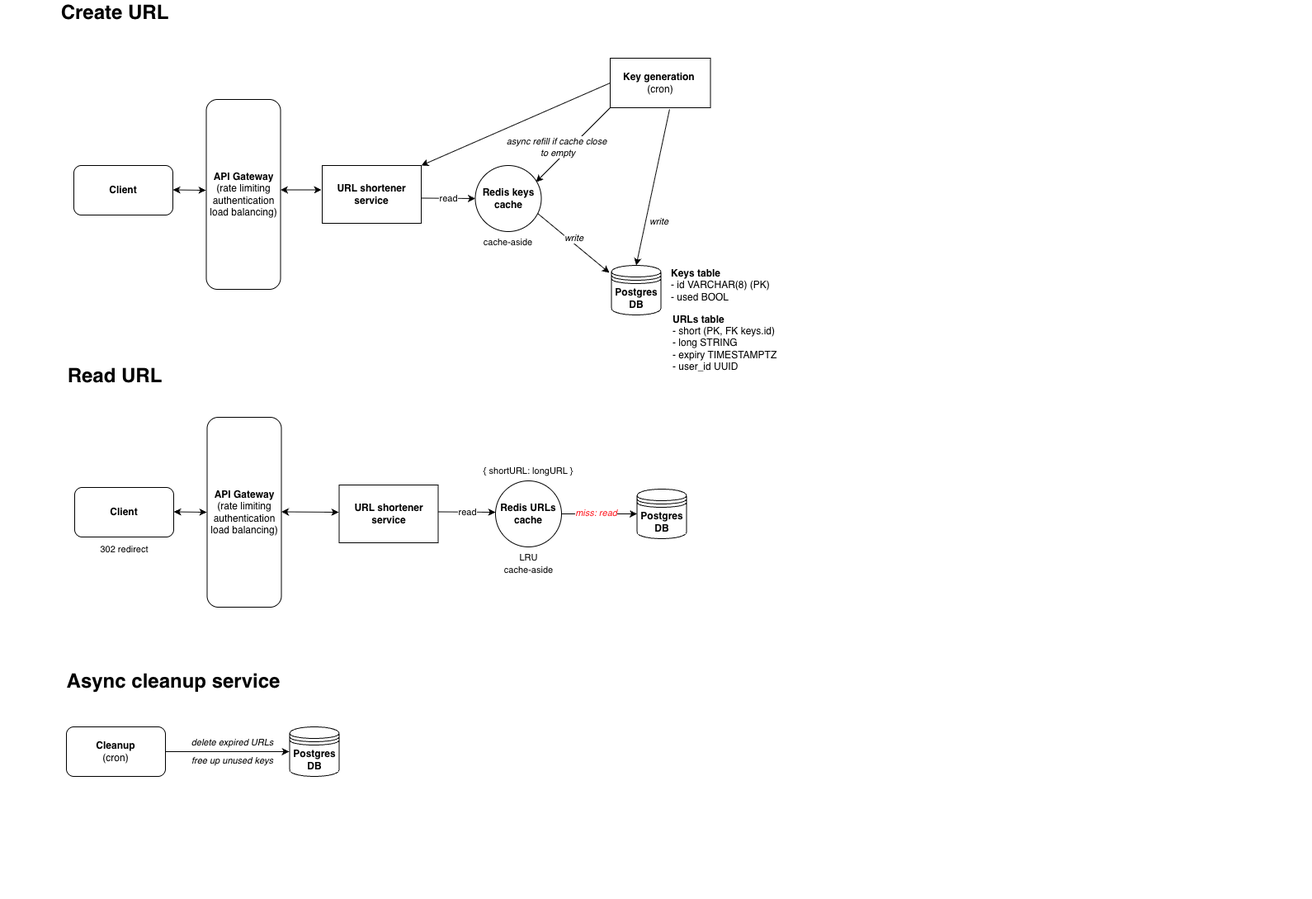
Above: apparchitecture.png in Marie20767/url-shortener (draw.io), before the change. Source tidied: cells renumbered, new cells last; positions are measured from the earlier drawing's top-left corner, leaving out a move shared by most shapes.
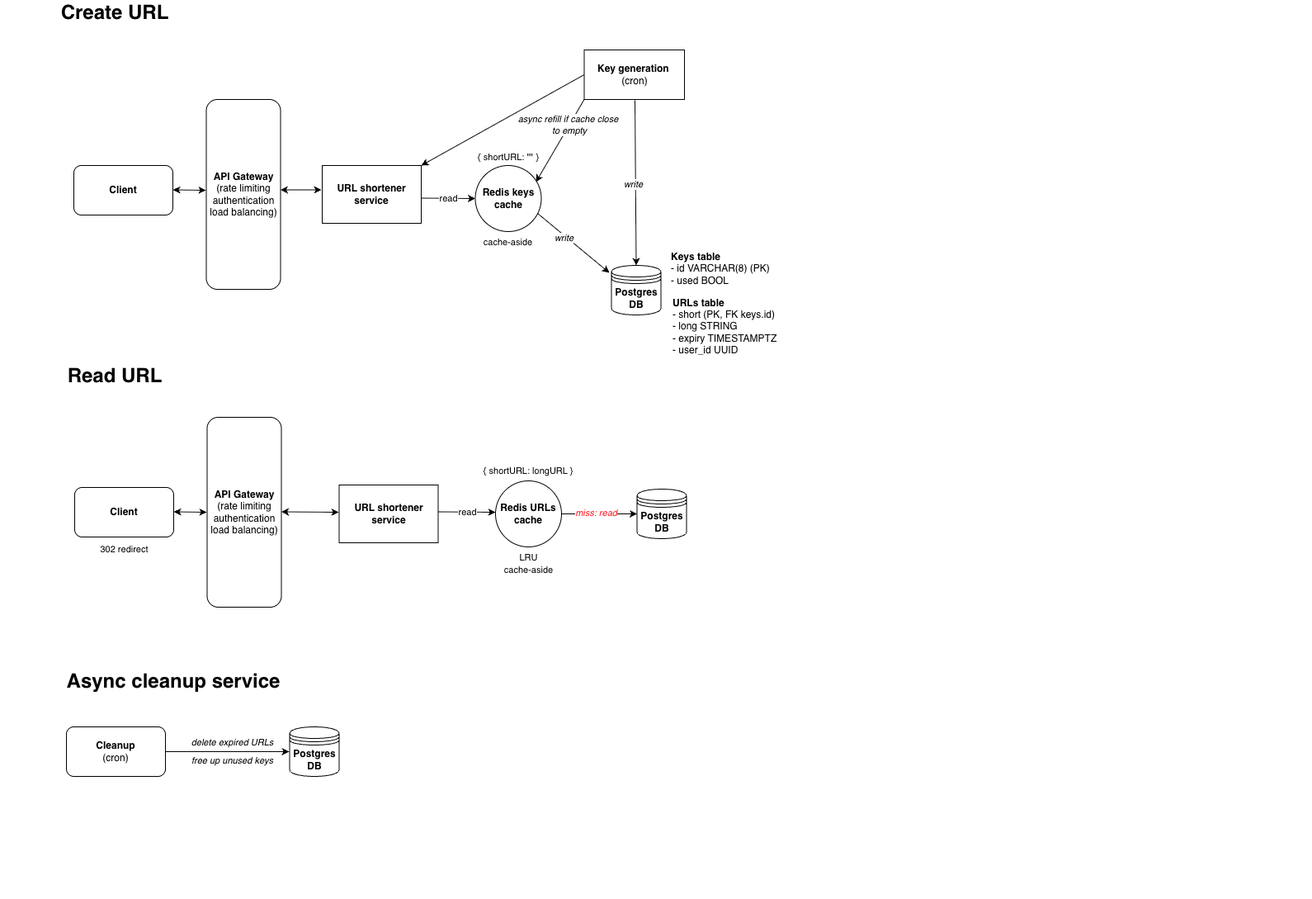
The same file after the commit.

Commit message:
Added key to value mapping on diagram and update value to empty string in key cache

Diff of the diagram source:
```diff
@@ -16,26 +16,24 @@
         <mxPoint x="-2" as="offset" />
       </mxGeometry>
     </mxCell>
-    <mxCell id="6" style="endArrow=classic;html=1;rounded=0;entryX=0.919;entryY=0.25;entryDx=0;entryDy=0;exitX=0;exitY=1;exitDx=0;exitDy=0;entryPerimeter=0;" parent="1" edge="1" target="31">
-      <mxGeometry relative="1" as="geometry">
-        <mxPoint x="740" y="130" as="sourcePoint" />
-      </mxGeometry>
+    <mxCell id="6" style="endArrow=classic;html=1;rounded=0;entryX=0.919;entryY=0.25;entryDx=0;entryDy=0;entryPerimeter=0;exitX=0;exitY=1;exitDx=0;exitDy=0;" parent="1" edge="1" source="8" target="31">
+      <mxGeometry relative="1" as="geometry" />
     </mxCell>
     <mxCell id="7" value="&lt;font style=&quot;color: rgb(0, 0, 0);&quot;&gt;&lt;i style=&quot;&quot;&gt;async refill if cache close&lt;br&gt;&amp;nbsp;to empty&lt;br&gt;&lt;/i&gt;&lt;/font&gt;" style="edgeLabel;html=1;align=center;verticalAlign=middle;fillColor=#000000;strokeColor=none;" parent="6" vertex="1">
       <mxGeometry relative="1" as="geometry">
-        <mxPoint x="-20" y="2" as="offset" />
+        <mxPoint x="9" y="-20" as="offset" />
       </mxGeometry>
     </mxCell>
     <mxCell id="8" value="&lt;b&gt;Key generation&amp;nbsp;&lt;/b&gt;&lt;br&gt;(cron)" style="rounded=0;whiteSpace=wrap;html=1;" parent="1" vertex="1">
-      <mxGeometry x="740" y="70" width="121.5" height="60" as="geometry" />
+      <mxGeometry x="708.5" y="60" width="121.5" height="60" as="geometry" />
     </mxCell>
-    <mxCell id="9" style="endArrow=classic;html=1;rounded=0;exitX=0.592;exitY=1.033;exitDx=0;exitDy=0;exitPerimeter=0;entryX=0.5;entryY=0;entryDx=0;entryDy=0;" parent="1" edge="1" target="4">
+    <mxCell id="9" style="endArrow=classic;html=1;rounded=0;entryX=0.5;entryY=0;entryDx=0;entryDy=0;" parent="1" edge="1" target="4">
       <mxGeometry relative="1" as="geometry">
-        <mxPoint x="811.9" y="132" as="sourcePoint" />
+        <mxPoint x="770" y="121" as="sourcePoint" />
       </mxGeometry>
     </mxCell>
     <mxCell id="10" value="&lt;i&gt;write&lt;/i&gt;" style="edgeLabel;html=1;align=center;verticalAlign=middle;" parent="1" vertex="1">
-      <mxGeometry x="811.5" y="265" as="geometry">
+      <mxGeometry x="780" y="220" as="geometry">
         <mxPoint x="-13" y="2" as="offset" />
       </mxGeometry>
     </mxCell>
@@ -43,7 +41,7 @@
       <mxGeometry relative="1" as="geometry" />
     </mxCell>
     <mxCell id="12" value="&lt;i&gt;write&lt;/i&gt;" style="edgeLabel;html=1;align=center;verticalAlign=middle;" parent="1" vertex="1">
-      <mxGeometry x="708.5" y="285" as="geometry">
+      <mxGeometry x="696.8" y="285" as="geometry">
         <mxPoint x="-13" y="2" as="offset" />
       </mxGeometry>
     </mxCell>
@@ -95,10 +93,8 @@
         <mxPoint x="454" y="1080" as="targetPoint" />
       </mxGeometry>
     </mxCell>
-    <mxCell id="26" value="&lt;div&gt;&lt;br&gt;&lt;/div&gt;&lt;div&gt;&lt;br&gt;&lt;/div&gt;" style="endArrow=classic;html=1;rounded=0;exitX=0;exitY=0.5;exitDx=0;exitDy=0;entryX=1;entryY=0;entryDx=0;entryDy=0;" parent="1" edge="1" target="18">
-      <mxGeometry relative="1" as="geometry">
-        <mxPoint x="740" y="100" as="sourcePoint" />
-      </mxGeometry>
+    <mxCell id="26" value="&lt;div&gt;&lt;br&gt;&lt;/div&gt;&lt;div&gt;&lt;br&gt;&lt;/div&gt;" style="endArrow=classic;html=1;rounded=0;exitX=0;exitY=0.5;exitDx=0;exitDy=0;entryX=1;entryY=0;entryDx=0;entryDy=0;" parent="1" edge="1" source="8" target="18">
+      <mxGeometry relative="1" as="geometry" />
     </mxCell>
     <mxCell id="27" value="&lt;b&gt;Client&lt;/b&gt;" style="rounded=1;whiteSpace=wrap;html=1;" parent="1" vertex="1">
       <mxGeometry x="90" y="200" width="120" height="60" as="geometry" />
@@ -130,10 +126,10 @@
       <mxGeometry relative="1" as="geometry" />
     </mxCell>
     <mxCell id="34" value="&lt;b&gt;URLs table&lt;br&gt;&lt;/b&gt;&lt;div&gt;- short (PK, FK keys.id)&lt;/div&gt;&lt;div&gt;- long STRING&lt;/div&gt;&lt;div&gt;- expiry TIMESTAMPTZ&lt;/div&gt;&lt;div&gt;- user_id UUID&lt;/div&gt;" style="text;html=1;whiteSpace=wrap;strokeColor=none;fillColor=none;align=left;verticalAlign=middle;rounded=0;" parent="1" vertex="1">
-      <mxGeometry x="814" y="390" width="230" height="50" as="geometry" />
+      <mxGeometry x="814" y="370" width="230" height="50" as="geometry" />
     </mxCell>
     <mxCell id="35" value="&lt;b&gt;Keys table&lt;br&gt;&lt;/b&gt;&lt;div&gt;- id VARCHAR(8) (PK)&lt;/div&gt;&lt;div&gt;- used BOOL&lt;/div&gt;" style="text;html=1;whiteSpace=wrap;strokeColor=none;fillColor=none;align=left;verticalAlign=middle;rounded=0;" parent="1" vertex="1">
-      <mxGeometry x="811.5" y="320" width="230" height="50" as="geometry" />
+      <mxGeometry x="811.5" y="300" width="230" height="50" as="geometry" />
     </mxCell>
     <mxCell id="36" value="&lt;b&gt;Client&lt;/b&gt;" style="rounded=1;whiteSpace=wrap;html=1;" parent="1" vertex="1">
       <mxGeometry x="91" y="590" width="120" height="60" as="geometry" />
@@ -177,5 +173,8 @@
     <mxCell id="46" value="&lt;br style=&quot;font-size: 11px;&quot;&gt;&lt;span style=&quot;font-size: 11px;&quot;&gt;cache-aside&lt;/span&gt;" style="text;html=1;whiteSpace=wrap;strokeColor=none;fillColor=none;align=center;verticalAlign=middle;rounded=0;" parent="1" vertex="1">
       <mxGeometry x="562" y="260" width="109" height="50" as="geometry" />
     </mxCell>
+    <mxCell id="47" value="{ shortURL: &quot;&quot; }" style="text;html=1;align=center;verticalAlign=middle;whiteSpace=wrap;rounded=0;fontSize=11;" parent="1" vertex="1">
+      <mxGeometry x="560.7" y="180" width="111.5" height="20" as="geometry" />
+    </mxCell>
   </root>
 </mxGraphModel>
```
